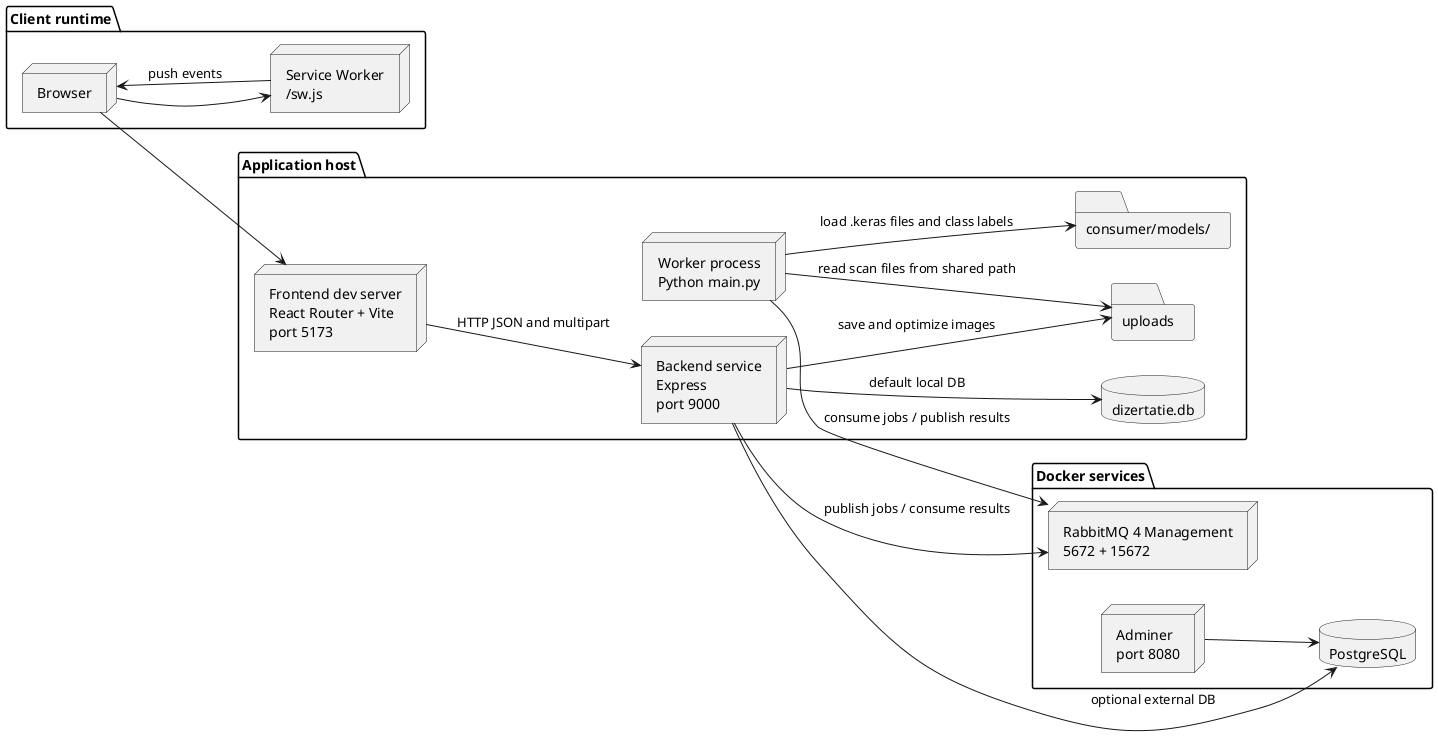
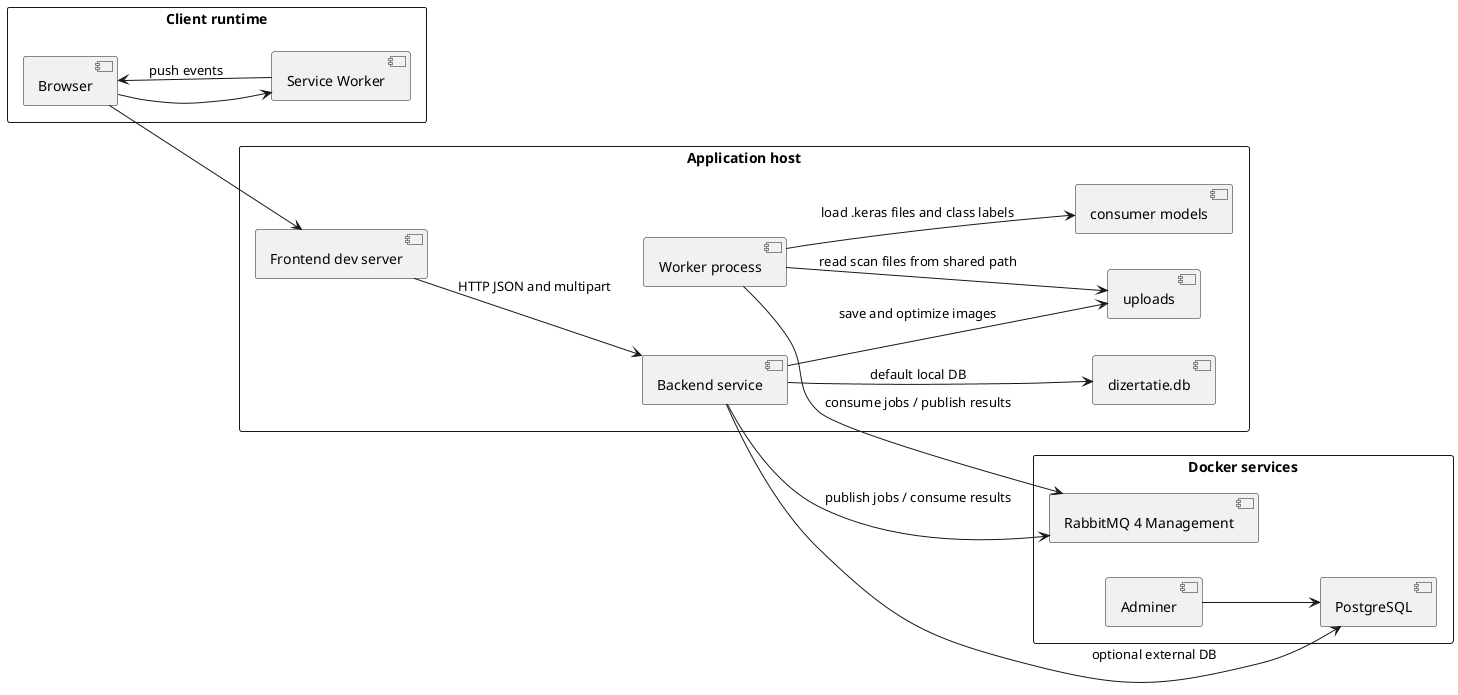
@startuml
left to right direction

- package "Client runtime" {
-   node Browser
-   node "Service Worker\n/sw.js" as sw
+ rectangle "Client runtime" {
+   [Browser]
+   [Service Worker] as sw
}

- package "Application host" {
-   node "Frontend dev server\nReact Router + Vite\nport 5173" as frontend
-   node "Backend service\nExpress\nport 9000" as backend
-   node "Worker process\nPython main.py" as consumer
-   folder uploads
-   folder "consumer/models/" as consumerModels
-   database "dizertatie.db" as sqlite
+ rectangle "Application host" {
+   [Frontend dev server] as frontend
+   [Backend service] as backend
+   [Worker process] as consumer
+   [uploads] as uploads
+   [consumer models] as consumerModels
+   [dizertatie.db] as sqlite
}

- package "Docker services" {
-   node "RabbitMQ 4 Management\n5672 + 15672" as rabbit
-   database PostgreSQL as postgres
-   node "Adminer\nport 8080" as adminer
+ rectangle "Docker services" {
+   [RabbitMQ 4 Management] as rabbit
+   [PostgreSQL] as postgres
+   [Adminer] as adminer
}

Browser --> frontend
Browser --> sw
frontend --> backend : HTTP JSON and multipart
sw --> Browser : push events
backend --> sqlite : default local DB
backend --> postgres : optional external DB
adminer --> postgres
backend --> rabbit : publish jobs / consume results
consumer --> rabbit : consume jobs / publish results
backend --> uploads : save and optimize images
consumer --> uploads : read scan files from shared path
consumer --> consumerModels : load .keras files and class labels

@enduml